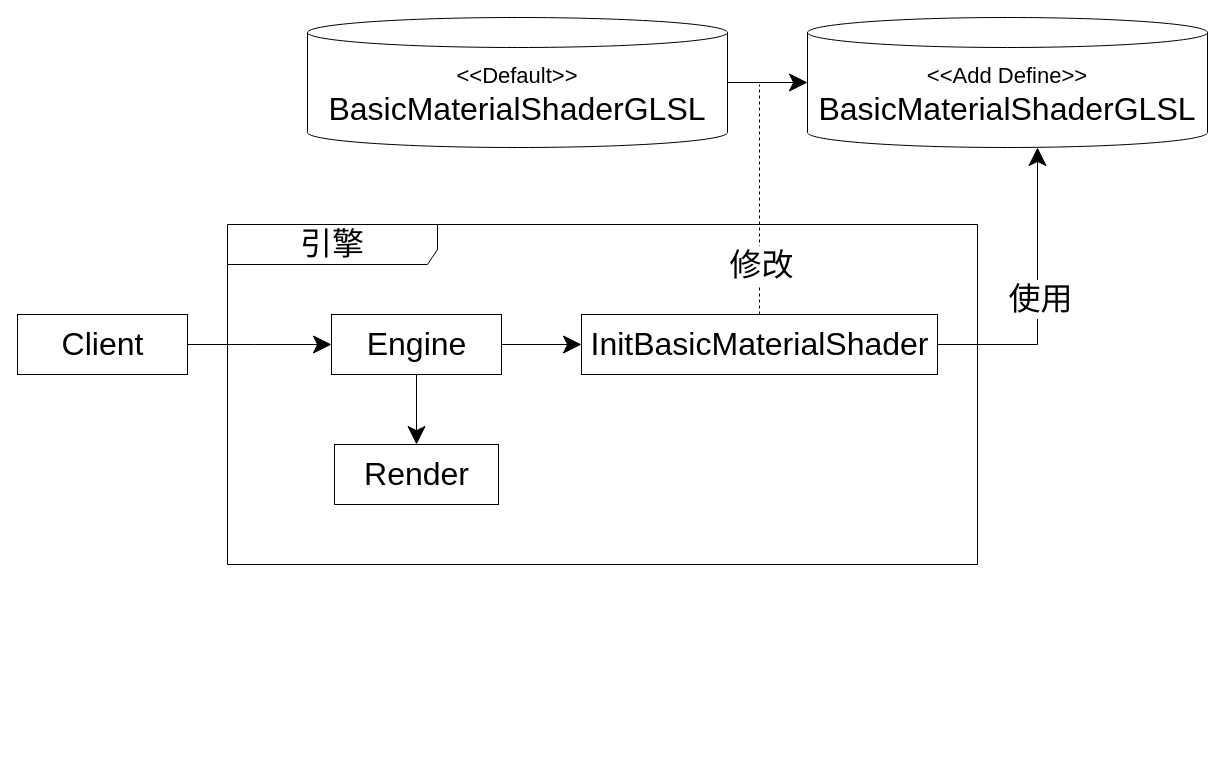
Before: packages/拼接模式/story_before/story_before.drawio in yyc-git/3DProgramPattern, a draw.io diagram. Source tidied: cells renumbered, new cells numbered last; positions are measured from the earlier drawing's top-left corner, leaving out a move shared by most shapes. Both pictures are drawn from the tidied source at 100%, with x=0, y=0 at pixel (17, 17).
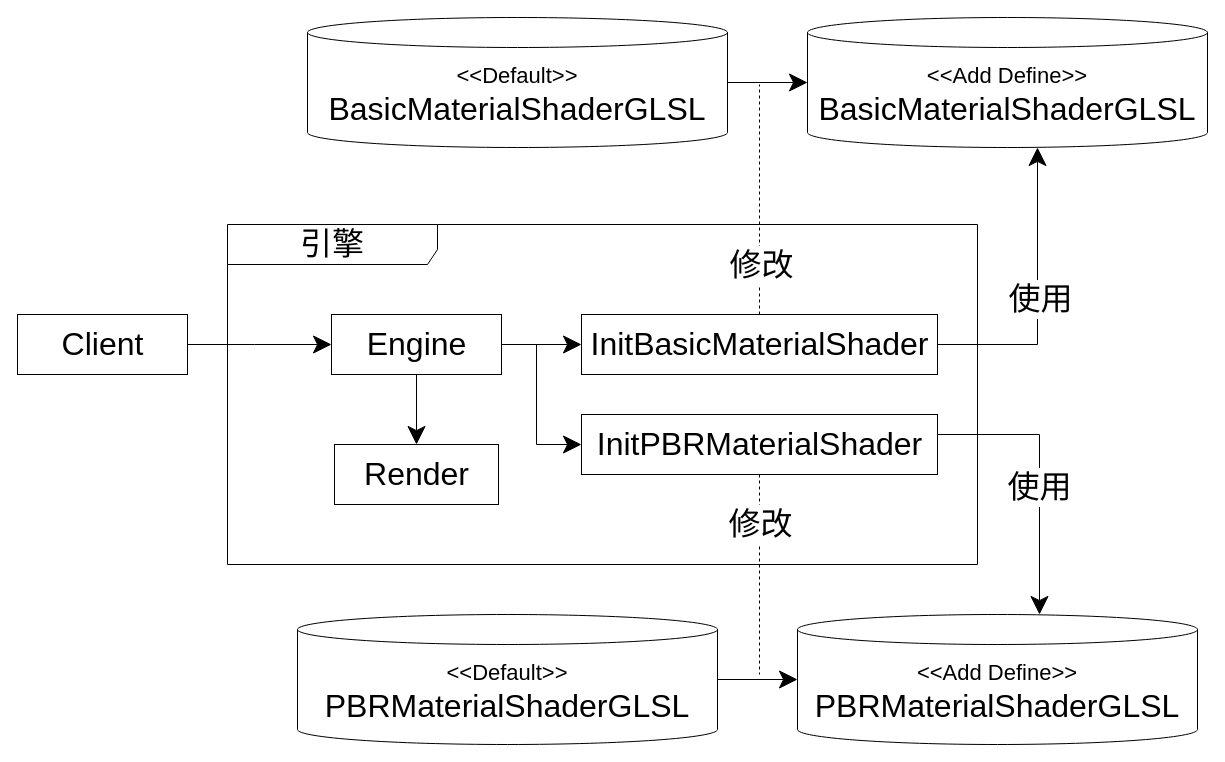
The same diagram, later.

Unchanged cells that the change refers to:
```xml
<mxCell id="10" value="Engine" style="html=1;fontSize=32;" parent="1" vertex="1">
  <mxGeometry x="314" y="297" width="170" height="60" as="geometry" />
</mxCell>
```

Change to the diagram source:
```diff
@@
+    <mxCell id="17" style="edgeStyle=orthogonalEdgeStyle;rounded=0;jettySize=auto;html=1;entryX=0;entryY=0.5;entryDx=0;entryDy=0;startSize=16;endSize=16;" parent="1" edge="1" source="10" target="22">
+      <mxGeometry relative="1" as="geometry" />
+    </mxCell>
@@
+    <mxCell id="18" style="edgeStyle=orthogonalEdgeStyle;rounded=0;jettySize=auto;html=1;startSize=16;endSize=16;endArrow=none;endFill=0;dashed=1;" parent="1" edge="1" source="22">
+      <mxGeometry relative="1" as="geometry">
+        <mxPoint x="742" y="657" as="targetPoint" />
+      </mxGeometry>
+    </mxCell>
+    <mxCell id="19" value="&lt;font style=&quot;font-size: 32px&quot;&gt;修改&lt;/font&gt;" style="edgeLabel;html=1;align=center;verticalAlign=middle;" parent="18" vertex="1">
+      <mxGeometry x="0.11" y="1" relative="1" as="geometry">
+        <mxPoint x="-1" y="-61" as="offset" />
+      </mxGeometry>
+    </mxCell>
+    <mxCell id="20" style="edgeStyle=orthogonalEdgeStyle;rounded=0;jettySize=auto;html=1;endArrow=classic;endFill=1;startSize=16;endSize=16;" parent="1" edge="1" source="22" target="25">
+      <mxGeometry relative="1" as="geometry">
+        <Array as="points">
+          <mxPoint x="1022" y="417" />
+        </Array>
+      </mxGeometry>
+    </mxCell>
+    <mxCell id="21" value="&lt;font style=&quot;font-size: 32px&quot;&gt;使用&lt;/font&gt;" style="edgeLabel;html=1;align=center;verticalAlign=middle;" parent="20" vertex="1">
+      <mxGeometry x="0.09" y="-1" relative="1" as="geometry" />
+    </mxCell>
+    <mxCell id="22" value="InitPBRMaterialShader" style="html=1;fontSize=32;" parent="1" vertex="1">
+      <mxGeometry x="564" y="397" width="356" height="60" as="geometry" />
+    </mxCell>
+    <mxCell id="23" style="edgeStyle=orthogonalEdgeStyle;rounded=0;jettySize=auto;html=1;entryX=0;entryY=0.5;entryDx=0;entryDy=0;entryPerimeter=0;endSize=16;startSize=16;" parent="1" edge="1" source="24" target="25">
+      <mxGeometry relative="1" as="geometry" />
+    </mxCell>
+    <mxCell id="24" value="&lt;font&gt;&lt;font style=&quot;font-size: 22px&quot;&gt;&amp;lt;&amp;lt;Default&amp;gt;&amp;gt;&lt;/font&gt;&lt;br&gt;&lt;span style=&quot;font-size: 32px&quot;&gt;PBRMaterialShaderGLSL&lt;/span&gt;&lt;/font&gt;" style="shape=cylinder3;whiteSpace=wrap;html=1;boundedLbl=1;backgroundOutline=1;size=15;" parent="1" vertex="1">
+      <mxGeometry x="280" y="597" width="420" height="130" as="geometry" />
+    </mxCell>
+    <mxCell id="25" value="&lt;font&gt;&lt;font style=&quot;font-size: 22px&quot;&gt;&amp;lt;&amp;lt;Add Define&amp;gt;&amp;gt;&lt;/font&gt;&lt;br&gt;&lt;span style=&quot;font-size: 32px&quot;&gt;PBRMaterialShaderGLSL&lt;/span&gt;&lt;/font&gt;" style="shape=cylinder3;whiteSpace=wrap;html=1;boundedLbl=1;backgroundOutline=1;size=15;" parent="1" vertex="1">
+      <mxGeometry x="780" y="597" width="400" height="130" as="geometry" />
+    </mxCell>
```
